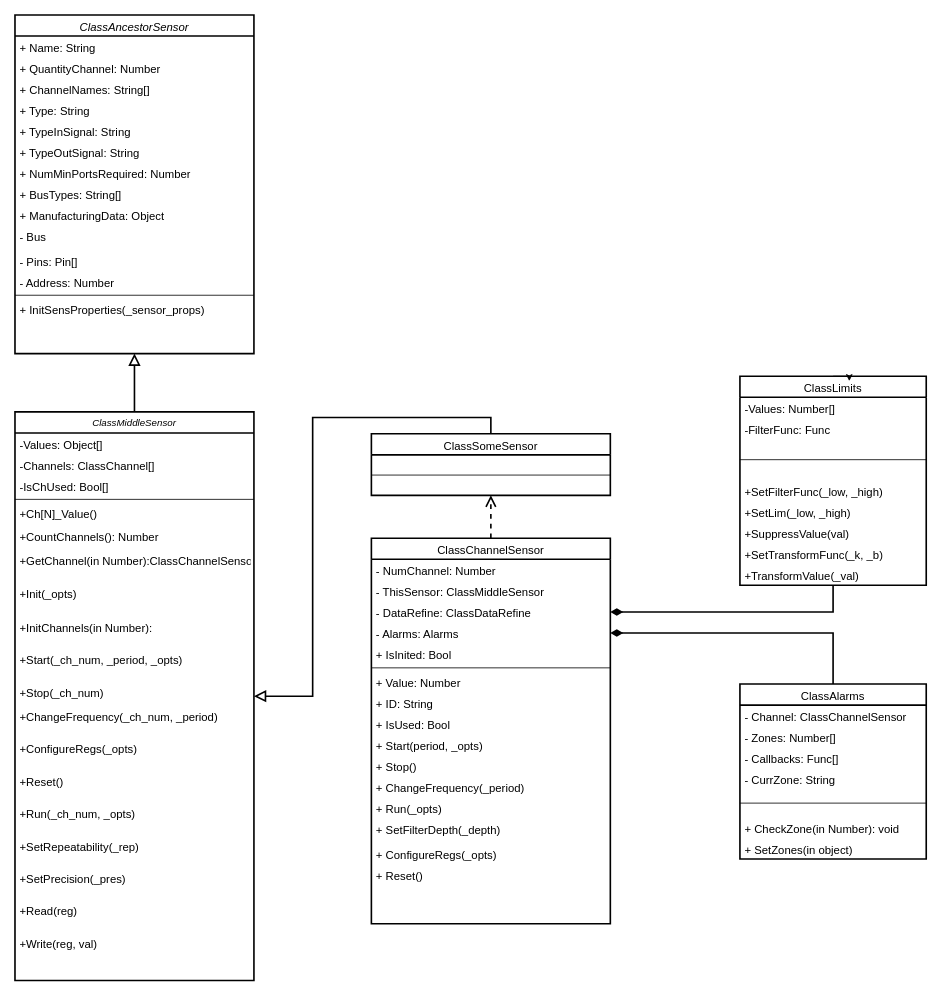
Above: page "v1" (1 of 4) of res/main-diagram.drawio in Nicktonious/ModuleSensor (draw.io), before the change. Source tidied: cells renumbered, new cells numbered last; positions are measured from the earlier drawing's top-left corner, leaving out a move shared by most shapes. Both pictures are drawn from the tidied source at 81%, with x=0, y=0 at pixel (15, 15).
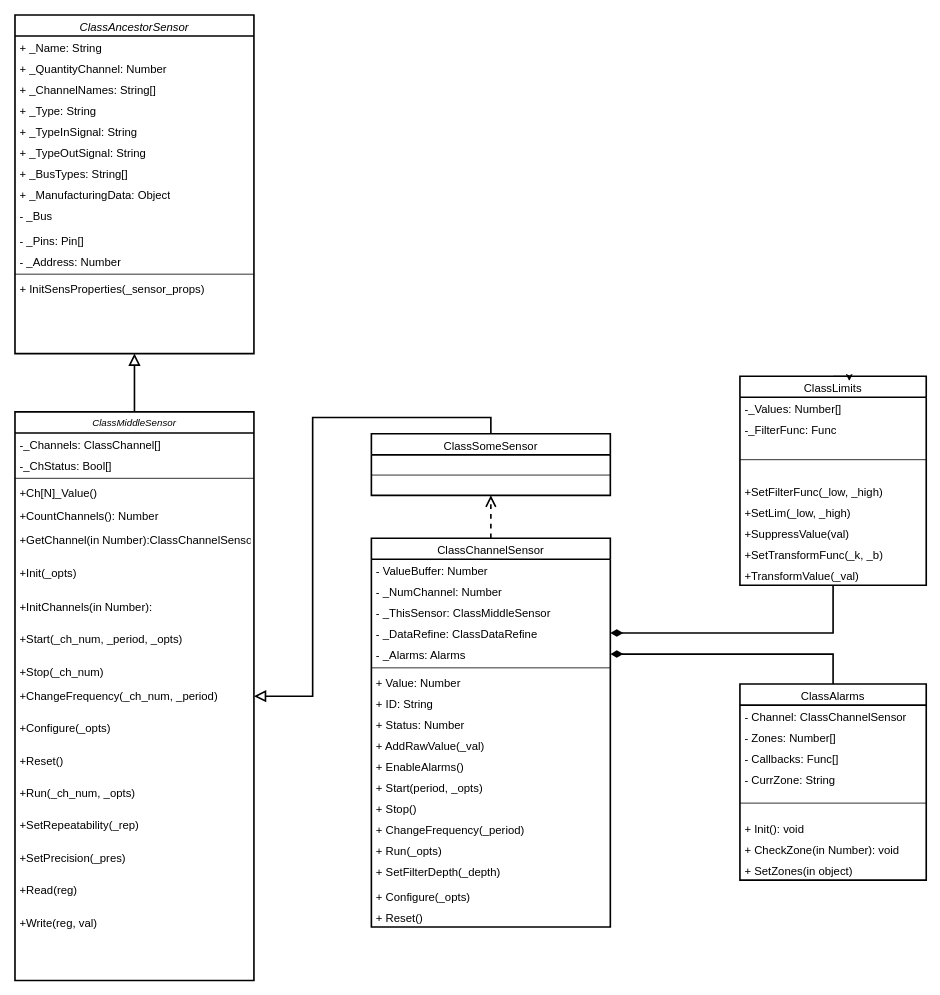
Above is the later version.

Commit message (it also covers changes not shown here):
fix: из AncestorSensor убрана проверка переданных пинов fix: ClassSensor.js переименован в ModuleSensor.js doc: актуализирована диаграмма классов

Unchanged cells that the change refers to:
```xml
<mxCell id="3" value="ClassMiddleSensor" style="swimlane;fontStyle=2;align=center;verticalAlign=top;horizontal=1;startSize=26;rounded=0;shadow=0;strokeWidth=2;fontSize=12;" parent="1" vertex="1">
  <mxGeometry y="490" width="295" height="702" as="geometry" />
</mxCell>
<mxCell id="42" value="&lt;span style=&quot;font-weight: 400; font-size: 14px;&quot;&gt;ClassLimits&lt;/span&gt;" style="swimlane;fontStyle=1;align=center;verticalAlign=top;horizontal=1;startSize=26;whiteSpace=wrap;html=1;fontSize=14;strokeWidth=2;" parent="1" vertex="1">
  <mxGeometry x="895" y="446" width="230" height="258" as="geometry" />
</mxCell>
<mxCell id="60" value="ClassAncestorSensor" style="swimlane;fontStyle=2;align=center;verticalAlign=top;horizontal=1;startSize=26;rounded=0;shadow=0;strokeWidth=2;fontSize=14;" parent="1" vertex="1">
  <mxGeometry width="295" height="418" as="geometry" />
</mxCell>
```

The edit, as a diff of the source:
```diff
@@
-    <mxCell id="4" value="-Values: Object[]" style="text;align=left;verticalAlign=top;spacingLeft=4;spacingRight=4;overflow=hidden;fontStyle=0;fontSize=14;" parent="3" vertex="1">
-      <mxGeometry y="26" width="295" height="26" as="geometry" />
-    </mxCell>
-    <mxCell id="5" value="-Channels: ClassChannel[]" style="text;align=left;verticalAlign=top;spacingLeft=4;spacingRight=4;overflow=hidden;fontStyle=0;fontSize=14;" parent="3" vertex="1">
-      <mxGeometry y="52" width="295" height="26" as="geometry" />
+    <mxCell id="5" value="-_Channels: ClassChannel[]" style="text;align=left;verticalAlign=top;spacingLeft=4;spacingRight=4;overflow=hidden;fontStyle=0;fontSize=14;" parent="3" vertex="1">
+      <mxGeometry y="26" width="295" height="26" as="geometry" />
     </mxCell>
-    <mxCell id="6" value="-IsChUsed: Bool[]" style="text;align=left;verticalAlign=top;spacingLeft=4;spacingRight=4;overflow=hidden;fontStyle=0;fontSize=14;" parent="3" vertex="1">
-      <mxGeometry y="78" width="295" height="26" as="geometry" />
+    <mxCell id="6" value="-_ChStatus: Bool[]" style="text;align=left;verticalAlign=top;spacingLeft=4;spacingRight=4;overflow=hidden;fontStyle=0;fontSize=14;" parent="3" vertex="1">
+      <mxGeometry y="52" width="295" height="26" as="geometry" />
     </mxCell>
     <mxCell id="7" style="line;html=1;strokeWidth=1;align=left;verticalAlign=middle;spacingTop=-1;spacingLeft=3;spacingRight=3;labelPosition=right;fontSize=14;" parent="3" vertex="1">
-      <mxGeometry y="104" width="295" height="8" as="geometry" />
+      <mxGeometry y="78" width="295" height="8" as="geometry" />
     </mxCell>
     <mxCell id="8" value="+Ch[N]_Value()" style="text;align=left;verticalAlign=top;spacingLeft=4;spacingRight=4;overflow=hidden;fontSize=14;" parent="3" vertex="1">
-      <mxGeometry y="112" width="295" height="28" as="geometry" />
+      <mxGeometry y="86" width="295" height="28" as="geometry" />
     </mxCell>
     <mxCell id="9" value="+CountChannels(): Number&#10;" style="text;align=left;verticalAlign=top;spacingLeft=4;spacingRight=4;overflow=hidden;fontSize=14;" parent="3" vertex="1">
-      <mxGeometry y="140" width="295" height="30" as="geometry" />
+      <mxGeometry y="114" width="295" height="30" as="geometry" />
     </mxCell>
     <mxCell id="10" value="+GetChannel(in Number):ClassChannelSensor&#10;" style="text;align=left;verticalAlign=top;spacingLeft=4;spacingRight=4;overflow=hidden;fontSize=14;" parent="3" vertex="1">
-      <mxGeometry y="170" width="295" height="40" as="geometry" />
+      <mxGeometry y="144" width="295" height="40" as="geometry" />
     </mxCell>
     <mxCell id="11" value="+Init(_opts)" style="text;align=left;verticalAlign=top;spacingLeft=4;spacingRight=4;overflow=hidden;fontSize=14;" parent="3" vertex="1">
-      <mxGeometry y="210" width="295" height="42" as="geometry" />
+      <mxGeometry y="184" width="295" height="42" as="geometry" />
     </mxCell>
     <mxCell id="12" value="+InitChannels(in Number):&#10;" style="text;align=left;verticalAlign=top;spacingLeft=4;spacingRight=4;overflow=hidden;fontSize=14;" parent="3" vertex="1">
-      <mxGeometry y="252" width="295" height="40" as="geometry" />
+      <mxGeometry y="226" width="295" height="40" as="geometry" />
     </mxCell>
     <mxCell id="13" value="+Start(_ch_num, _period, _opts)" style="text;align=left;verticalAlign=top;spacingLeft=4;spacingRight=4;overflow=hidden;fontSize=14;" parent="3" vertex="1">
-      <mxGeometry y="292" width="295" height="40" as="geometry" />
+      <mxGeometry y="266" width="295" height="40" as="geometry" />
     </mxCell>
     <mxCell id="14" value="+Stop(_ch_num)" style="text;align=left;verticalAlign=top;spacingLeft=4;spacingRight=4;overflow=hidden;fontSize=14;" parent="3" vertex="1">
-      <mxGeometry y="332" width="295" height="30" as="geometry" />
+      <mxGeometry y="306" width="295" height="30" as="geometry" />
     </mxCell>
     <mxCell id="15" value="+ChangeFrequency(_ch_num, _period)" style="text;align=left;verticalAlign=top;spacingLeft=4;spacingRight=4;overflow=hidden;fontSize=14;" parent="3" vertex="1">
-      <mxGeometry y="362" width="295" height="40" as="geometry" />
+      <mxGeometry y="336" width="295" height="40" as="geometry" />
     </mxCell>
-    <mxCell id="16" value="+ConfigureRegs(_opts)" style="text;align=left;verticalAlign=top;spacingLeft=4;spacingRight=4;overflow=hidden;fontSize=14;" parent="3" vertex="1">
-      <mxGeometry y="402" width="295" height="40" as="geometry" />
+    <mxCell id="16" value="+Configure(_opts)" style="text;align=left;verticalAlign=top;spacingLeft=4;spacingRight=4;overflow=hidden;fontSize=14;" parent="3" vertex="1">
+      <mxGeometry y="376" width="295" height="40" as="geometry" />
     </mxCell>
     <mxCell id="17" value="+Reset()" style="text;align=left;verticalAlign=top;spacingLeft=4;spacingRight=4;overflow=hidden;fontSize=14;" parent="3" vertex="1">
-      <mxGeometry y="442" width="295" height="40" as="geometry" />
+      <mxGeometry y="416" width="295" height="40" as="geometry" />
     </mxCell>
     <mxCell id="18" value="+Run(_ch_num, _opts)" style="text;align=left;verticalAlign=top;spacingLeft=4;spacingRight=4;overflow=hidden;fontSize=14;" parent="3" vertex="1">
-      <mxGeometry y="482" width="295" height="40" as="geometry" />
+      <mxGeometry y="456" width="295" height="40" as="geometry" />
     </mxCell>
     <mxCell id="19" value="+SetRepeatability(_rep)" style="text;align=left;verticalAlign=top;spacingLeft=4;spacingRight=4;overflow=hidden;fontSize=14;" parent="3" vertex="1">
-      <mxGeometry y="522" width="295" height="40" as="geometry" />
+      <mxGeometry y="496" width="295" height="40" as="geometry" />
     </mxCell>
     <mxCell id="20" value="+SetPrecision(_pres)" style="text;align=left;verticalAlign=top;spacingLeft=4;spacingRight=4;overflow=hidden;fontSize=14;" parent="3" vertex="1">
-      <mxGeometry y="562" width="295" height="40" as="geometry" />
+      <mxGeometry y="536" width="295" height="40" as="geometry" />
     </mxCell>
     <mxCell id="21" value="+Read(reg)" style="text;align=left;verticalAlign=top;spacingLeft=4;spacingRight=4;overflow=hidden;fontSize=14;" parent="3" vertex="1">
-      <mxGeometry y="602" width="295" height="40" as="geometry" />
+      <mxGeometry y="576" width="295" height="40" as="geometry" />
     </mxCell>
     <mxCell id="22" value="+Write(reg, val)" style="text;align=left;verticalAlign=top;spacingLeft=4;spacingRight=4;overflow=hidden;fontSize=14;" parent="3" vertex="1">
-      <mxGeometry y="642" width="295" height="40" as="geometry" />
+      <mxGeometry y="616" width="295" height="40" as="geometry" />
     </mxCell>
@@
     <mxCell id="24" value="ClassChannelSensor" style="swimlane;fontStyle=0;align=center;verticalAlign=top;horizontal=1;startSize=26;rounded=0;shadow=0;strokeWidth=2;fontSize=14;" parent="1" vertex="1">
-      <mxGeometry x="440" y="646" width="295" height="476" as="geometry" />
+      <mxGeometry x="440" y="646" width="295" height="480" as="geometry" />
     </mxCell>
+    <mxCell id="79" value="- ValueBuffer: Number" style="text;align=left;verticalAlign=top;spacingLeft=4;spacingRight=4;overflow=hidden;rounded=0;shadow=0;html=0;fontSize=14;" parent="24" vertex="1">
+      <mxGeometry y="26" width="295" height="26" as="geometry" />
+    </mxCell>
-    <mxCell id="25" value="- NumChannel: Number" style="text;align=left;verticalAlign=top;spacingLeft=4;spacingRight=4;overflow=hidden;rounded=0;shadow=0;html=0;fontSize=14;" parent="24" vertex="1">
-      <mxGeometry y="26" width="295" height="26" as="geometry" />
+    <mxCell id="25" value="- _NumChannel: Number" style="text;align=left;verticalAlign=top;spacingLeft=4;spacingRight=4;overflow=hidden;rounded=0;shadow=0;html=0;fontSize=14;" parent="24" vertex="1">
+      <mxGeometry y="52" width="295" height="26" as="geometry" />
     </mxCell>
-    <mxCell id="26" value="- ThisSensor: ClassMiddleSensor" style="text;align=left;verticalAlign=top;spacingLeft=4;spacingRight=4;overflow=hidden;rounded=0;shadow=0;html=0;fontSize=14;" parent="24" vertex="1">
-      <mxGeometry y="52" width="295" height="26" as="geometry" />
+    <mxCell id="26" value="- _ThisSensor: ClassMiddleSensor" style="text;align=left;verticalAlign=top;spacingLeft=4;spacingRight=4;overflow=hidden;rounded=0;shadow=0;html=0;fontSize=14;" parent="24" vertex="1">
+      <mxGeometry y="78" width="295" height="26" as="geometry" />
     </mxCell>
-    <mxCell id="27" value="- DataRefine: ClassDataRefine" style="text;align=left;verticalAlign=top;spacingLeft=4;spacingRight=4;overflow=hidden;points=[[0,0.5],[1,0.5]];portConstraint=eastwest;rounded=0;shadow=0;html=0;fontSize=14;" parent="24" vertex="1">
-      <mxGeometry y="78" width="295" height="26" as="geometry" />
+    <mxCell id="27" value="- _DataRefine: ClassDataRefine" style="text;align=left;verticalAlign=top;spacingLeft=4;spacingRight=4;overflow=hidden;points=[[0,0.5],[1,0.5]];portConstraint=eastwest;rounded=0;shadow=0;html=0;fontSize=14;" parent="24" vertex="1">
+      <mxGeometry y="104" width="295" height="26" as="geometry" />
     </mxCell>
-    <mxCell id="28" value="- Alarms: Alarms" style="text;align=left;verticalAlign=top;spacingLeft=4;spacingRight=4;overflow=hidden;points=[[0,0.5],[1,0.5]];portConstraint=eastwest;rounded=0;shadow=0;html=0;fontSize=14;" parent="24" vertex="1">
-      <mxGeometry y="104" width="295" height="26" as="geometry" />
+    <mxCell id="28" value="- _Alarms: Alarms" style="text;align=left;verticalAlign=top;spacingLeft=4;spacingRight=4;overflow=hidden;points=[[0,0.5],[1,0.5]];portConstraint=eastwest;rounded=0;shadow=0;html=0;fontSize=14;" parent="24" vertex="1">
+      <mxGeometry y="130" width="295" height="26" as="geometry" />
     </mxCell>
-    <mxCell id="29" value="+ IsInited: Bool" style="text;align=left;verticalAlign=top;spacingLeft=4;spacingRight=4;overflow=hidden;rounded=0;shadow=0;html=0;fontSize=14;" parent="24" vertex="1">
-      <mxGeometry y="130" width="295" height="26" as="geometry" />
-    </mxCell>
@@
-    <mxCell id="33" value="+ IsUsed: Bool&#10;" style="text;align=left;verticalAlign=top;spacingLeft=4;spacingRight=4;overflow=hidden;rounded=0;shadow=0;html=0;fontSize=14;" parent="24" vertex="1">
+    <mxCell id="33" value="+ Status: Number&#10;" style="text;align=left;verticalAlign=top;spacingLeft=4;spacingRight=4;overflow=hidden;rounded=0;shadow=0;html=0;fontSize=14;" parent="24" vertex="1">
       <mxGeometry y="216" width="295" height="26" as="geometry" />
     </mxCell>
+    <mxCell id="80" value="+ AddRawValue(_val)" style="text;align=left;verticalAlign=top;spacingLeft=4;spacingRight=4;overflow=hidden;fontSize=14;" parent="24" vertex="1">
+      <mxGeometry y="242" width="295" height="26" as="geometry" />
+    </mxCell>
+    <mxCell id="81" value="+ EnableAlarms()" style="text;align=left;verticalAlign=top;spacingLeft=4;spacingRight=4;overflow=hidden;fontSize=14;" parent="24" vertex="1">
+      <mxGeometry y="268" width="295" height="26" as="geometry" />
+    </mxCell>
     <mxCell id="34" value="+ Start(period, _opts)" style="text;align=left;verticalAlign=top;spacingLeft=4;spacingRight=4;overflow=hidden;fontSize=14;" parent="24" vertex="1">
-      <mxGeometry y="242" width="295" height="26" as="geometry" />
+      <mxGeometry y="294" width="295" height="26" as="geometry" />
     </mxCell>
     <mxCell id="35" value="+ Stop()" style="text;align=left;verticalAlign=top;spacingLeft=4;spacingRight=4;overflow=hidden;fontSize=14;" parent="24" vertex="1">
-      <mxGeometry y="268" width="295" height="26" as="geometry" />
+      <mxGeometry y="320" width="295" height="26" as="geometry" />
     </mxCell>
     <mxCell id="36" value="+ ChangeFrequency(_period)" style="text;align=left;verticalAlign=top;spacingLeft=4;spacingRight=4;overflow=hidden;fontSize=14;" parent="24" vertex="1">
-      <mxGeometry y="294" width="295" height="26" as="geometry" />
+      <mxGeometry y="346" width="295" height="26" as="geometry" />
     </mxCell>
     <mxCell id="37" value="+ Run(_opts)" style="text;align=left;verticalAlign=top;spacingLeft=4;spacingRight=4;overflow=hidden;fontSize=14;" parent="24" vertex="1">
-      <mxGeometry y="320" width="295" height="26" as="geometry" />
+      <mxGeometry y="372" width="295" height="26" as="geometry" />
     </mxCell>
     <mxCell id="38" value="+ SetFilterDepth(_depth)" style="text;align=left;verticalAlign=top;spacingLeft=4;spacingRight=4;overflow=hidden;fontSize=14;" parent="24" vertex="1">
-      <mxGeometry y="346" width="295" height="30" as="geometry" />
+      <mxGeometry y="398" width="295" height="30" as="geometry" />
     </mxCell>
-    <mxCell id="39" value="+ ConfigureRegs(_opts)" style="text;align=left;verticalAlign=top;spacingLeft=4;spacingRight=4;overflow=hidden;fontSize=14;" parent="24" vertex="1">
-      <mxGeometry y="376" width="295" height="26" as="geometry" />
+    <mxCell id="39" value="+ Configure(_opts)" style="text;align=left;verticalAlign=top;spacingLeft=4;spacingRight=4;overflow=hidden;fontSize=14;" parent="24" vertex="1">
+      <mxGeometry y="428" width="295" height="26" as="geometry" />
     </mxCell>
     <mxCell id="40" value="+ Reset()" style="text;align=left;verticalAlign=top;spacingLeft=4;spacingRight=4;overflow=hidden;fontSize=14;" parent="24" vertex="1">
-      <mxGeometry y="402" width="295" height="26" as="geometry" />
+      <mxGeometry y="454" width="295" height="26" as="geometry" />
     </mxCell>
@@
-    <mxCell id="43" value="-Values: Number[]" style="text;strokeColor=none;fillColor=none;align=left;verticalAlign=top;spacingLeft=4;spacingRight=4;overflow=hidden;whiteSpace=wrap;html=1;fontSize=14;" parent="42" vertex="1">
+    <mxCell id="43" value="-_Values: Number[]" style="text;strokeColor=none;fillColor=none;align=left;verticalAlign=top;spacingLeft=4;spacingRight=4;overflow=hidden;whiteSpace=wrap;html=1;fontSize=14;" parent="42" vertex="1">
       <mxGeometry y="26" width="230" height="26" as="geometry" />
     </mxCell>
-    <mxCell id="44" value="-FilterFunc: Func" style="text;strokeColor=none;fillColor=none;align=left;verticalAlign=top;spacingLeft=4;spacingRight=4;overflow=hidden;whiteSpace=wrap;html=1;fontSize=14;" parent="42" vertex="1">
+    <mxCell id="44" value="-_FilterFunc: Func" style="text;strokeColor=none;fillColor=none;align=left;verticalAlign=top;spacingLeft=4;spacingRight=4;overflow=hidden;whiteSpace=wrap;html=1;fontSize=14;" parent="42" vertex="1">
       <mxGeometry y="52" width="230" height="26" as="geometry" />
     </mxCell>
@@
     <mxCell id="52" value="&lt;span style=&quot;font-weight: 400; font-size: 14px;&quot;&gt;ClassAlarms&lt;br style=&quot;font-size: 14px;&quot;&gt;&lt;/span&gt;" style="swimlane;fontStyle=1;align=center;verticalAlign=top;horizontal=1;startSize=26;whiteSpace=wrap;html=1;strokeWidth=2;fontSize=14;" parent="1" vertex="1">
-      <mxGeometry x="895" y="826" width="230" height="216" as="geometry" />
+      <mxGeometry x="895" y="826" width="230" height="242" as="geometry" />
     </mxCell>
@@
+    <mxCell id="82" value="+ Init(): void" style="text;strokeColor=none;fillColor=none;align=left;verticalAlign=top;spacingLeft=4;spacingRight=4;overflow=hidden;whiteSpace=wrap;html=1;fontSize=14;" parent="52" vertex="1">
+      <mxGeometry y="164" width="230" height="26" as="geometry" />
+    </mxCell>
     <mxCell id="58" value="+ CheckZone(in Number): void" style="text;strokeColor=none;fillColor=none;align=left;verticalAlign=top;spacingLeft=4;spacingRight=4;overflow=hidden;whiteSpace=wrap;html=1;fontSize=14;" parent="52" vertex="1">
-      <mxGeometry y="164" width="230" height="26" as="geometry" />
+      <mxGeometry y="190" width="230" height="26" as="geometry" />
     </mxCell>
     <mxCell id="59" value="+ SetZones(in object)" style="text;strokeColor=none;fillColor=none;align=left;verticalAlign=top;spacingLeft=4;spacingRight=4;overflow=hidden;whiteSpace=wrap;html=1;fontSize=14;" parent="52" vertex="1">
-      <mxGeometry y="190" width="230" height="26" as="geometry" />
+      <mxGeometry y="216" width="230" height="26" as="geometry" />
     </mxCell>
@@
-    <mxCell id="61" value="+ Name: String" style="text;strokeColor=none;fillColor=none;align=left;verticalAlign=top;spacingLeft=4;spacingRight=4;overflow=hidden;whiteSpace=wrap;html=1;fontSize=14;" parent="60" vertex="1">
+    <mxCell id="61" value="+ _Name: String" style="text;strokeColor=none;fillColor=none;align=left;verticalAlign=top;spacingLeft=4;spacingRight=4;overflow=hidden;whiteSpace=wrap;html=1;fontSize=14;" parent="60" vertex="1">
       <mxGeometry y="26" width="295" height="26" as="geometry" />
     </mxCell>
-    <mxCell id="62" value="+ QuantityChannel: Number" style="text;strokeColor=none;fillColor=none;align=left;verticalAlign=top;spacingLeft=4;spacingRight=4;overflow=hidden;whiteSpace=wrap;html=1;fontSize=14;" parent="60" vertex="1">
+    <mxCell id="62" value="+ _QuantityChannel: Number" style="text;strokeColor=none;fillColor=none;align=left;verticalAlign=top;spacingLeft=4;spacingRight=4;overflow=hidden;whiteSpace=wrap;html=1;fontSize=14;" parent="60" vertex="1">
       <mxGeometry y="52" width="295" height="26" as="geometry" />
     </mxCell>
-    <mxCell id="63" value="+ ChannelNames: String[]" style="text;strokeColor=none;fillColor=none;align=left;verticalAlign=top;spacingLeft=4;spacingRight=4;overflow=hidden;whiteSpace=wrap;html=1;fontSize=14;" parent="60" vertex="1">
+    <mxCell id="63" value="+ _ChannelNames: String[]" style="text;strokeColor=none;fillColor=none;align=left;verticalAlign=top;spacingLeft=4;spacingRight=4;overflow=hidden;whiteSpace=wrap;html=1;fontSize=14;" parent="60" vertex="1">
       <mxGeometry y="78" width="295" height="26" as="geometry" />
     </mxCell>
-    <mxCell id="64" value="+ Type: String" style="text;strokeColor=none;fillColor=none;align=left;verticalAlign=top;spacingLeft=4;spacingRight=4;overflow=hidden;whiteSpace=wrap;html=1;fontSize=14;" parent="60" vertex="1">
+    <mxCell id="64" value="+ _Type: String" style="text;strokeColor=none;fillColor=none;align=left;verticalAlign=top;spacingLeft=4;spacingRight=4;overflow=hidden;whiteSpace=wrap;html=1;fontSize=14;" parent="60" vertex="1">
       <mxGeometry y="104" width="295" height="26" as="geometry" />
     </mxCell>
-    <mxCell id="65" value="+ TypeInSignal: String" style="text;strokeColor=none;fillColor=none;align=left;verticalAlign=top;spacingLeft=4;spacingRight=4;overflow=hidden;whiteSpace=wrap;html=1;fontSize=14;" parent="60" vertex="1">
+    <mxCell id="65" value="+ _TypeInSignal: String" style="text;strokeColor=none;fillColor=none;align=left;verticalAlign=top;spacingLeft=4;spacingRight=4;overflow=hidden;whiteSpace=wrap;html=1;fontSize=14;" parent="60" vertex="1">
       <mxGeometry y="130" width="295" height="26" as="geometry" />
     </mxCell>
-    <mxCell id="66" value="+ TypeOutSignal: String" style="text;strokeColor=none;fillColor=none;align=left;verticalAlign=top;spacingLeft=4;spacingRight=4;overflow=hidden;whiteSpace=wrap;html=1;fontSize=14;" parent="60" vertex="1">
+    <mxCell id="66" value="+ _TypeOutSignal: String" style="text;strokeColor=none;fillColor=none;align=left;verticalAlign=top;spacingLeft=4;spacingRight=4;overflow=hidden;whiteSpace=wrap;html=1;fontSize=14;" parent="60" vertex="1">
       <mxGeometry y="156" width="295" height="26" as="geometry" />
     </mxCell>
-    <mxCell id="67" value="+ NumMinPortsRequired: Number" style="text;strokeColor=none;fillColor=none;align=left;verticalAlign=top;spacingLeft=4;spacingRight=4;overflow=hidden;whiteSpace=wrap;html=1;fontSize=14;" parent="60" vertex="1">
-      <mxGeometry y="182" width="295" height="26" as="geometry" />
-    </mxCell>
-    <mxCell id="68" value="+ BusTypes: String[]" style="text;strokeColor=none;fillColor=none;align=left;verticalAlign=top;spacingLeft=4;spacingRight=4;overflow=hidden;whiteSpace=wrap;html=1;fontSize=14;" parent="60" vertex="1">
-      <mxGeometry y="208" width="295" height="26" as="geometry" />
+    <mxCell id="68" value="+ _BusTypes: String[]" style="text;strokeColor=none;fillColor=none;align=left;verticalAlign=top;spacingLeft=4;spacingRight=4;overflow=hidden;whiteSpace=wrap;html=1;fontSize=14;" parent="60" vertex="1">
+      <mxGeometry y="182" width="295" height="26" as="geometry" />
     </mxCell>
-    <mxCell id="69" value="+ ManufacturingData: Object" style="text;strokeColor=none;fillColor=none;align=left;verticalAlign=top;spacingLeft=4;spacingRight=4;overflow=hidden;whiteSpace=wrap;html=1;fontSize=14;" parent="60" vertex="1">
-      <mxGeometry y="234" width="295" height="26" as="geometry" />
+    <mxCell id="69" value="+ _ManufacturingData: Object" style="text;strokeColor=none;fillColor=none;align=left;verticalAlign=top;spacingLeft=4;spacingRight=4;overflow=hidden;whiteSpace=wrap;html=1;fontSize=14;" parent="60" vertex="1">
+      <mxGeometry y="208" width="295" height="26" as="geometry" />
     </mxCell>
-    <mxCell id="70" value="-&amp;nbsp;Bus" style="text;strokeColor=none;fillColor=none;align=left;verticalAlign=top;spacingLeft=4;spacingRight=4;overflow=hidden;whiteSpace=wrap;html=1;fontSize=14;" parent="60" vertex="1">
-      <mxGeometry y="260" width="295" height="30" as="geometry" />
+    <mxCell id="70" value="- _Bus" style="text;strokeColor=none;fillColor=none;align=left;verticalAlign=top;spacingLeft=4;spacingRight=4;overflow=hidden;whiteSpace=wrap;html=1;fontSize=14;" parent="60" vertex="1">
+      <mxGeometry y="234" width="295" height="30" as="geometry" />
     </mxCell>
-    <mxCell id="71" value="- Pins: Pin[]" style="text;strokeColor=none;fillColor=none;align=left;verticalAlign=top;spacingLeft=4;spacingRight=4;overflow=hidden;whiteSpace=wrap;html=1;fontSize=14;" parent="60" vertex="1">
-      <mxGeometry y="290" width="295" height="26" as="geometry" />
+    <mxCell id="71" value="- _Pins: Pin[]" style="text;strokeColor=none;fillColor=none;align=left;verticalAlign=top;spacingLeft=4;spacingRight=4;overflow=hidden;whiteSpace=wrap;html=1;fontSize=14;" parent="60" vertex="1">
+      <mxGeometry y="264" width="295" height="26" as="geometry" />
     </mxCell>
-    <mxCell id="72" value="- Address: Number" style="text;strokeColor=none;fillColor=none;align=left;verticalAlign=top;spacingLeft=4;spacingRight=4;overflow=hidden;whiteSpace=wrap;html=1;fontSize=14;" parent="60" vertex="1">
-      <mxGeometry y="316" width="295" height="26" as="geometry" />
+    <mxCell id="72" value="- _Address: Number" style="text;strokeColor=none;fillColor=none;align=left;verticalAlign=top;spacingLeft=4;spacingRight=4;overflow=hidden;whiteSpace=wrap;html=1;fontSize=14;" parent="60" vertex="1">
+      <mxGeometry y="290" width="295" height="26" as="geometry" />
     </mxCell>
     <mxCell id="73" style="line;html=1;strokeWidth=1;align=left;verticalAlign=middle;spacingTop=-1;spacingLeft=3;spacingRight=3;labelPosition=right;fontSize=14;" parent="60" vertex="1">
-      <mxGeometry y="342" width="295" height="8" as="geometry" />
+      <mxGeometry y="316" width="295" height="8" as="geometry" />
     </mxCell>
     <mxCell id="74" value="+ InitSensProperties(_sensor_props)" style="text;strokeColor=none;fillColor=none;align=left;verticalAlign=top;spacingLeft=4;spacingRight=4;overflow=hidden;whiteSpace=wrap;html=1;fontSize=14;" parent="60" vertex="1">
-      <mxGeometry y="350" width="295" height="26" as="geometry" />
+      <mxGeometry y="324" width="295" height="26" as="geometry" />
     </mxCell>
```
